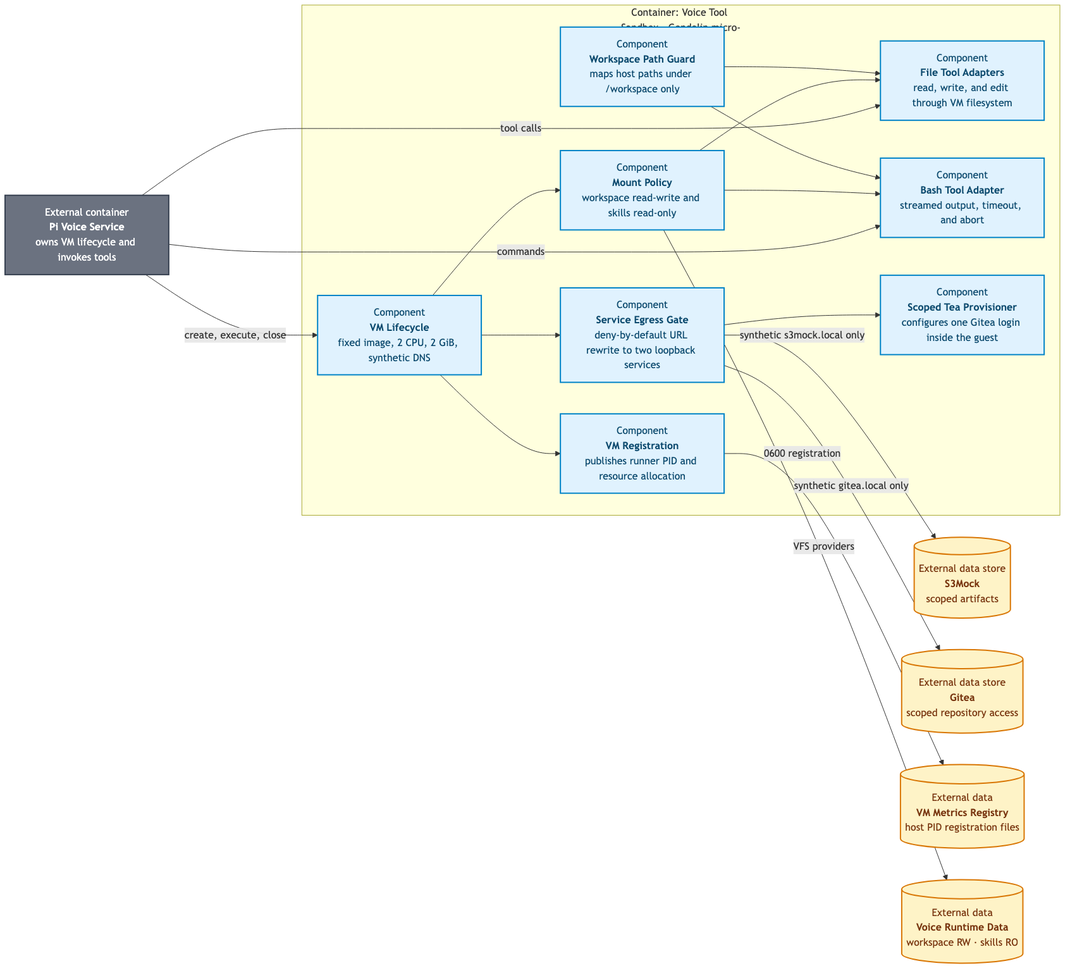
ragavsathish/agent-workload-platform keeps this Mermaid diagram as products/voice-agent/docs/architecture/c3-voice-tool-sandbox.png. Above is the earlier version. Its source is kept beside it as products/voice-agent/docs/architecture/c3-voice-tool-sandbox.mmd. Source of this version:
```mermaid
flowchart LR
    PI[External container<br/><b>Pi Voice Service</b><br/>owns VM lifecycle and invokes tools]
    S3[(External data store<br/><b>S3Mock</b><br/>scoped artifacts)]
    GITEA[(External data store<br/><b>Gitea</b><br/>scoped repository access)]
    REGISTRY[(External data<br/><b>VM Metrics Registry</b><br/>host PID registration files)]
    DATA[(External data<br/><b>Host Skills</b><br/>mounted read-only)]

    subgraph VM["Container: Voice Tool Sandbox · Gondolin micro-VM boundary"]
        direction TB
        LIFECYCLE["Component<br/><b>VM Lifecycle</b><br/>fixed image, 2 CPU, 2 GiB, synthetic DNS"]
        PATHS["Component<br/><b>Workspace Path Guard</b><br/>maps Pi runtime paths to guest /workspace"]
        FILES["Component<br/><b>File Tool Adapters</b><br/>read, write, and edit through VM filesystem"]
        SHELL["Component<br/><b>Bash Tool Adapter</b><br/>streamed output, timeout, and abort"]
        MOUNTS["Component<br/><b>Mount Policy</b><br/>skills read-only at /skills"]
        CLONE["Component<br/><b>Git Workspace</b><br/>shallow clone of main at /workspace"]
        EGRESS["Component<br/><b>Service Egress Gate</b><br/>deny-by-default URL rewrite to two loopback services"]
        TEA["Component<br/><b>Scoped Tea Provisioner</b><br/>configures one Gitea login inside the guest"]
        METRICS["Component<br/><b>VM Registration</b><br/>publishes runner PID and resource allocation"]

        LIFECYCLE --> MOUNTS
        LIFECYCLE --> CLONE
        LIFECYCLE --> EGRESS
        LIFECYCLE --> METRICS
        PATHS --> FILES
        PATHS --> SHELL
        MOUNTS --> FILES
        MOUNTS --> SHELL
        CLONE --> FILES
        CLONE --> SHELL
        EGRESS --> TEA
        EGRESS --> CLONE
    end

    PI -->|"create, execute, close"| LIFECYCLE
    PI -->|"tool calls"| FILES
    PI -->|"commands"| SHELL
    MOUNTS -->|"VFS providers"| DATA
    EGRESS -->|"synthetic s3mock.local only"| S3
    EGRESS -->|"clone via synthetic gitea.local"| GITEA
    METRICS -->|"0600 registration"| REGISTRY

    classDef component fill:#e0f2fe,color:#0c4a6e,stroke:#0284c7,stroke-width:2px;
    classDef external fill:#6b7280,color:#fff,stroke:#374151,stroke-width:2px;
    classDef data fill:#fef3c7,color:#78350f,stroke:#d97706,stroke-width:2px;
    class LIFECYCLE,PATHS,FILES,SHELL,MOUNTS,CLONE,EGRESS,TEA,METRICS component;
    class PI external;
    class S3,GITEA,REGISTRY,DATA data;
```
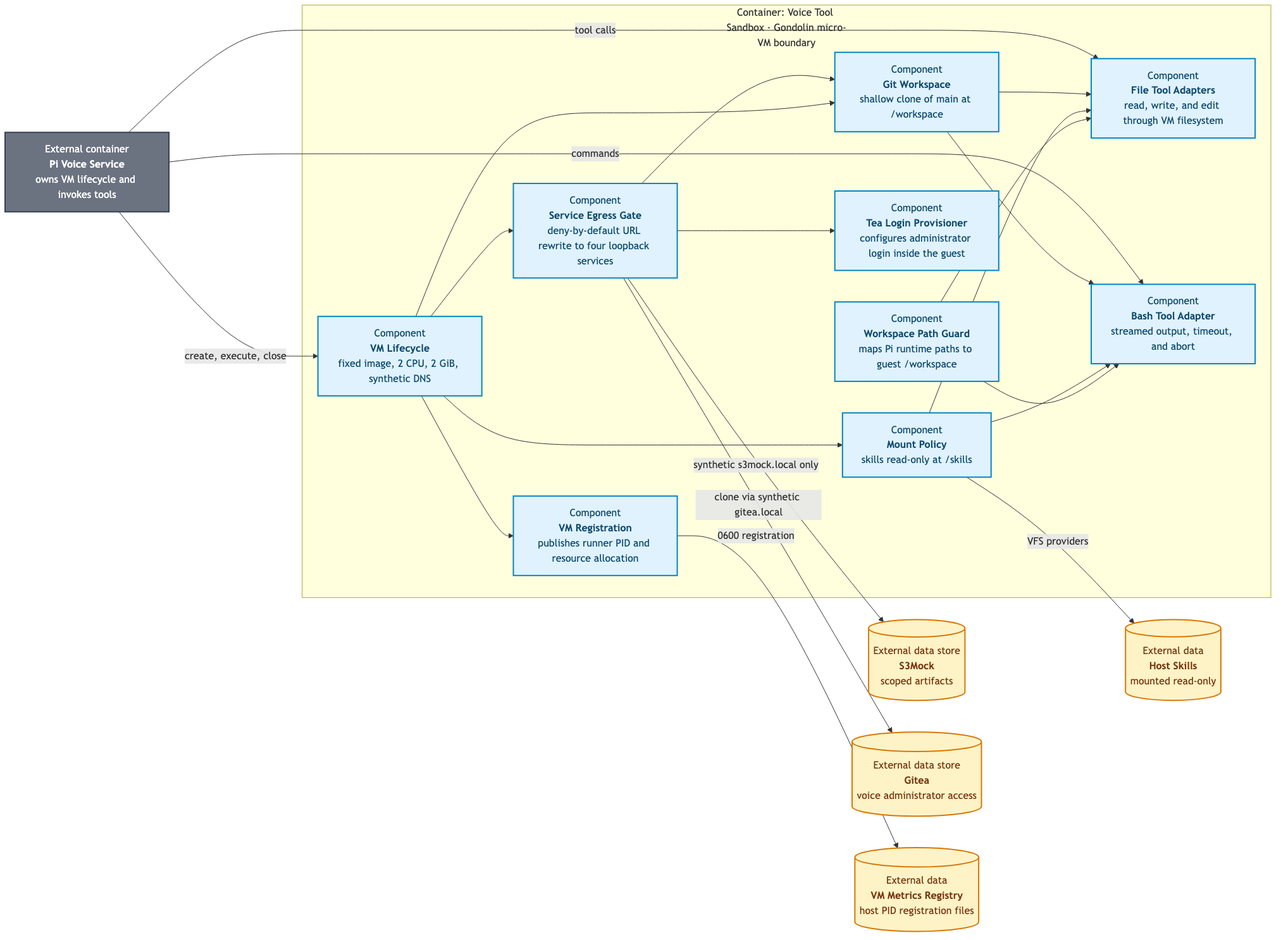
The same file after the commit.

What changed in the source:
```diff
@@ -1,7 +1,7 @@
 flowchart LR
     PI[External container<br/><b>Pi Voice Service</b><br/>owns VM lifecycle and invokes tools]
     S3[(External data store<br/><b>S3Mock</b><br/>scoped artifacts)]
-    GITEA[(External data store<br/><b>Gitea</b><br/>scoped repository access)]
+    GITEA[(External data store<br/><b>Gitea</b><br/>voice administrator access)]
     REGISTRY[(External data<br/><b>VM Metrics Registry</b><br/>host PID registration files)]
     DATA[(External data<br/><b>Host Skills</b><br/>mounted read-only)]
 
@@ -13,8 +13,8 @@
         SHELL["Component<br/><b>Bash Tool Adapter</b><br/>streamed output, timeout, and abort"]
         MOUNTS["Component<br/><b>Mount Policy</b><br/>skills read-only at /skills"]
         CLONE["Component<br/><b>Git Workspace</b><br/>shallow clone of main at /workspace"]
-        EGRESS["Component<br/><b>Service Egress Gate</b><br/>deny-by-default URL rewrite to two loopback services"]
-        TEA["Component<br/><b>Scoped Tea Provisioner</b><br/>configures one Gitea login inside the guest"]
+        EGRESS["Component<br/><b>Service Egress Gate</b><br/>deny-by-default URL rewrite to four loopback services"]
+        TEA["Component<br/><b>Tea Login Provisioner</b><br/>configures administrator login inside the guest"]
         METRICS["Component<br/><b>VM Registration</b><br/>publishes runner PID and resource allocation"]
 
         LIFECYCLE --> MOUNTS
```
